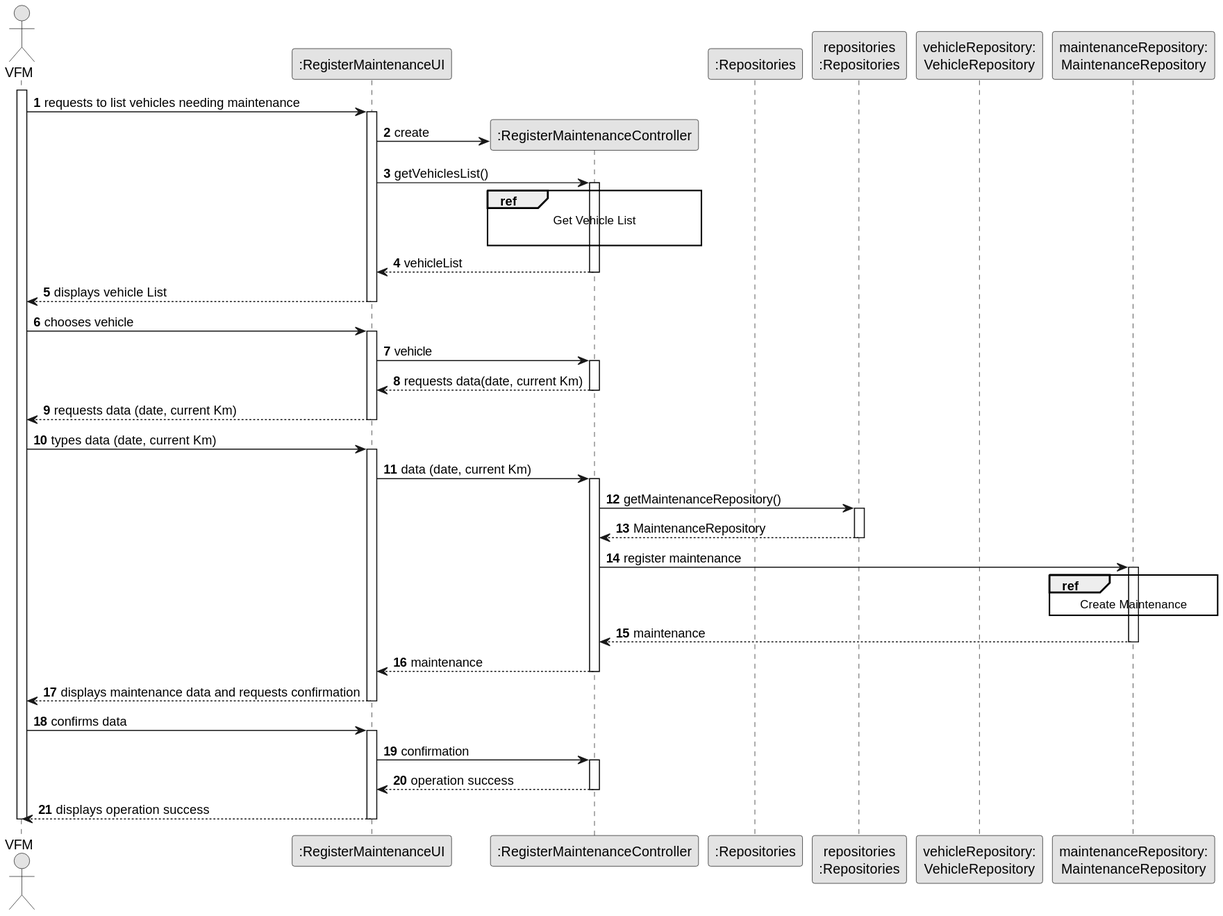
ricardomm7/leaflink keeps this PlantUML diagram as docs/sprintB/us007/03.design/svg/us007-sequence-diagram-split.svg. Above is the earlier version.
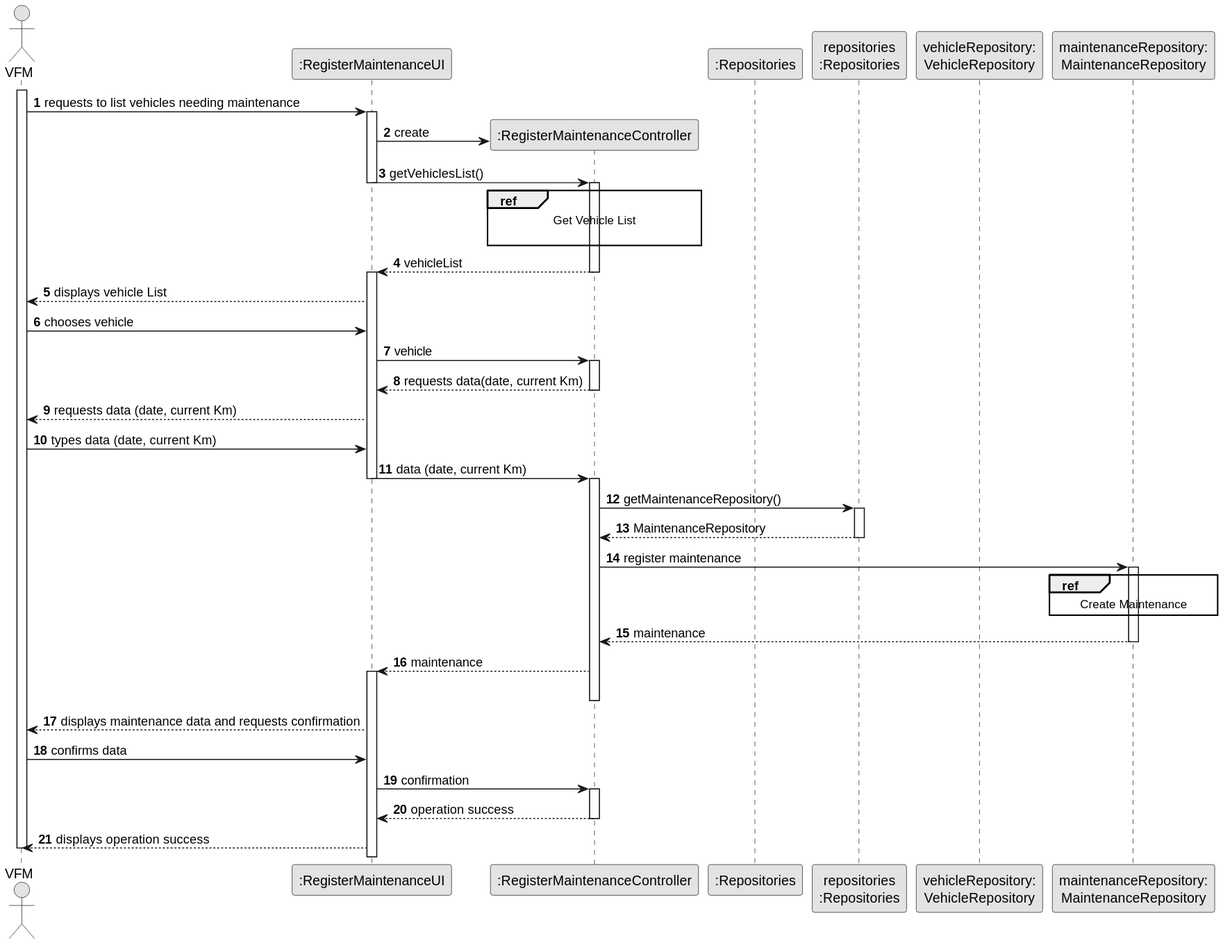
Above is the later version.

What changed in the source:
```diff
@@ -22,6 +22,7 @@
         UI -> CTRL** : create
 
         UI -> CTRL : getVehiclesList()
+        deactivate UI
         activate CTRL
 
              ref over CTRL
@@ -30,13 +31,12 @@
              end ref
 
             CTRL --> UI : vehicleList
-            deactivate CTRL
+          deactivate CTRL
+           activate UI
 
             UI --> VFM : displays vehicle List
-            deactivate UI
 
             VFM -> UI : chooses vehicle
-            activate UI
 
             UI -> CTRL : vehicle
             activate CTRL
@@ -45,19 +45,19 @@
             deactivate CTRL
 
             UI --> VFM : requests data (date, current Km)
-            deactivate
 
             VFM -> UI : types data (date, current Km)
-            activate UI
 
             UI -> CTRL : data (date, current Km)
+            deactivate UI
             activate CTRL
 
             CTRL -> PLAT : getMaintenanceRepository()
             activate PLAT
 
             PLAT --> CTRL : MaintenanceRepository
-            deactivate
+            deactivate PLAT
+
 
             CTRL -> MaintenanceRepository : register maintenance
             activate MaintenanceRepository
@@ -66,13 +66,12 @@
                     Create Maintenance
                 end
                MaintenanceRepository --> CTRL : maintenance
-               deactivate
+               deactivate MaintenanceRepository
                CTRL --> UI : maintenance
-               deactivate
+               activate UI
+               deactivate CTRL
                UI --> VFM : displays maintenance data and requests confirmation
-               deactivate
                VFM -> UI : confirms data
-               activate UI
 
                UI -> CTRL : confirmation
                activate CTRL
```
